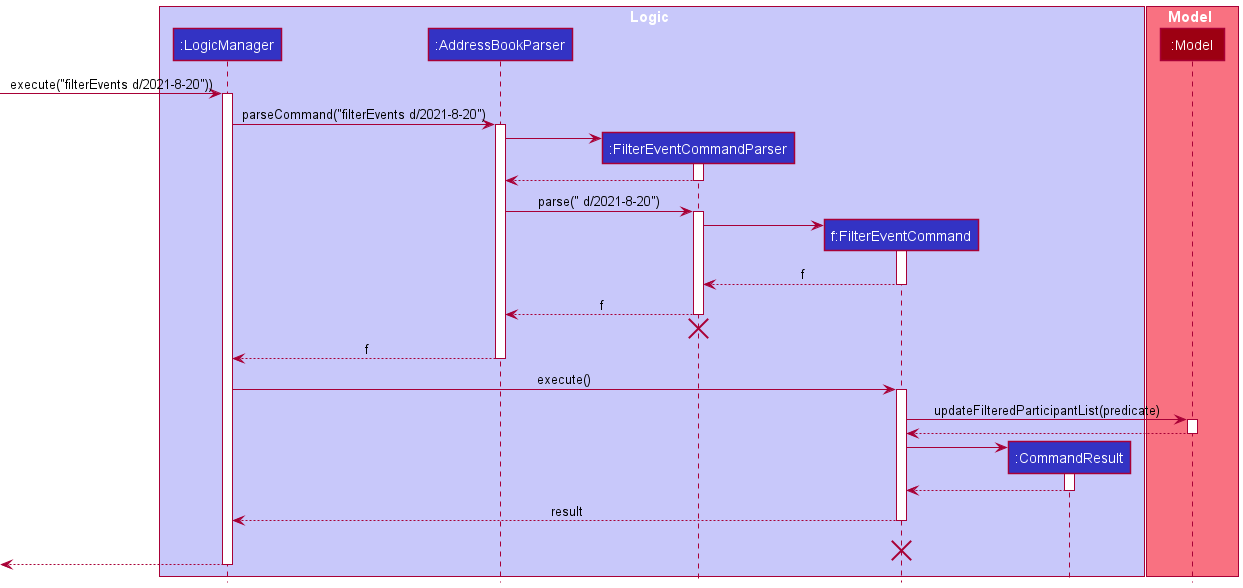
nus-cs2103-AY2122S1/tp keeps this PlantUML diagram as docs/images/FilterEventSequenceDiagram.png. Above is the earlier version. Source of this version:
```plantuml
@startuml
!include style.puml

box Logic LOGIC_COLOR_T1
participant ":LogicManager" as LogicManager LOGIC_COLOR
participant ":AddressBookParser" as AddressBookParser LOGIC_COLOR
participant ":FilterEventCommandParser" as FilterEventCommandParser LOGIC_COLOR
participant "f:FilterEventCommand" as FilterEventCommand LOGIC_COLOR
participant ":CommandResult" as CommandResult LOGIC_COLOR
end box

box Model MODEL_COLOR_T1
participant ":Model" as Model MODEL_COLOR
end box

[-> LogicManager : execute("filterEvents d/2021-8-20"))
activate LogicManager

LogicManager -> AddressBookParser : parseCommand("filterEvents d/2021-8-20")
activate AddressBookParser

create FilterEventCommandParser
AddressBookParser -> FilterEventCommandParser

activate FilterEventCommandParser
FilterEventCommandParser --> AddressBookParser
deactivate FilterEventCommandParser

AddressBookParser -> FilterEventCommandParser : parse(" d/2021-8-20")
activate FilterEventCommandParser

create FilterEventCommand
FilterEventCommandParser -> FilterEventCommand
activate FilterEventCommand

FilterEventCommand --> FilterEventCommandParser : f
deactivate FilterEventCommand

FilterEventCommandParser --> AddressBookParser : f
deactivate FilterEventCommandParser

FilterEventCommandParser -[hidden]-> AddressBookParser
destroy FilterEventCommandParser

AddressBookParser --> LogicManager : f
deactivate AddressBookParser

LogicManager -> FilterEventCommand : execute()
activate FilterEventCommand

FilterEventCommand -> Model : updateFilteredParticipantList(predicate)
activate Model

Model --> FilterEventCommand
deactivate Model

create CommandResult
FilterEventCommand -> CommandResult

activate CommandResult
CommandResult --> FilterEventCommand

deactivate CommandResult

FilterEventCommand --> LogicManager : result
deactivate
FilterEventCommand -[hidden]-> LogicManager : result
destroy FilterEventCommand

[<--LogicManager
deactivate LogicManager
@enduml
```
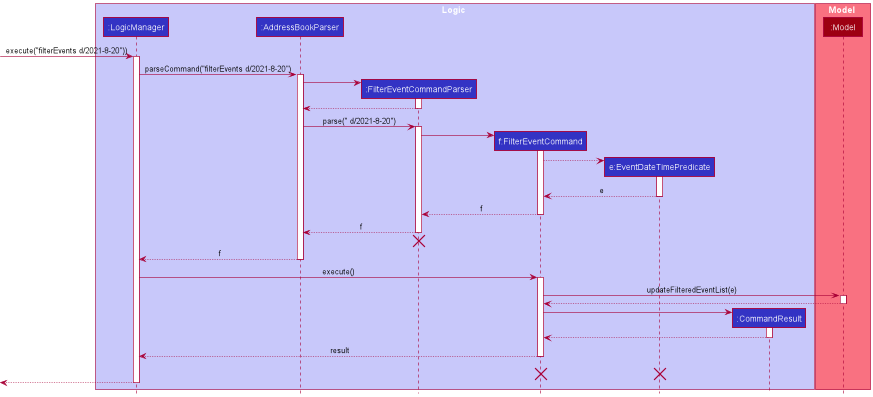
Later version of the same file.

Commit message:
Fix error in FilterEventSequenceDiagram

Diff of the diagram source:
```diff
@@ -6,6 +6,7 @@
 participant ":AddressBookParser" as AddressBookParser LOGIC_COLOR
 participant ":FilterEventCommandParser" as FilterEventCommandParser LOGIC_COLOR
 participant "f:FilterEventCommand" as FilterEventCommand LOGIC_COLOR
+participant "e:EventDateTimePredicate" as EventDateTimePredicate LOGIC_COLOR
 participant ":CommandResult" as CommandResult LOGIC_COLOR
 end box
 
@@ -33,6 +34,13 @@
 FilterEventCommandParser -> FilterEventCommand
 activate FilterEventCommand
 
+create EventDateTimePredicate
+FilterEventCommand --> EventDateTimePredicate
+activate EventDateTimePredicate
+
+EventDateTimePredicate --> FilterEventCommand : e
+deactivate EventDateTimePredicate
+
 FilterEventCommand --> FilterEventCommandParser : f
 deactivate FilterEventCommand
 
@@ -48,7 +56,7 @@
 LogicManager -> FilterEventCommand : execute()
 activate FilterEventCommand
 
-FilterEventCommand -> Model : updateFilteredParticipantList(predicate)
+FilterEventCommand -> Model : updateFilteredEventList(e)
 activate Model
 
 Model --> FilterEventCommand
@@ -66,6 +74,7 @@
 deactivate
 FilterEventCommand -[hidden]-> LogicManager : result
 destroy FilterEventCommand
+destroy EventDateTimePredicate
 
 [<--LogicManager
 deactivate LogicManager
```
